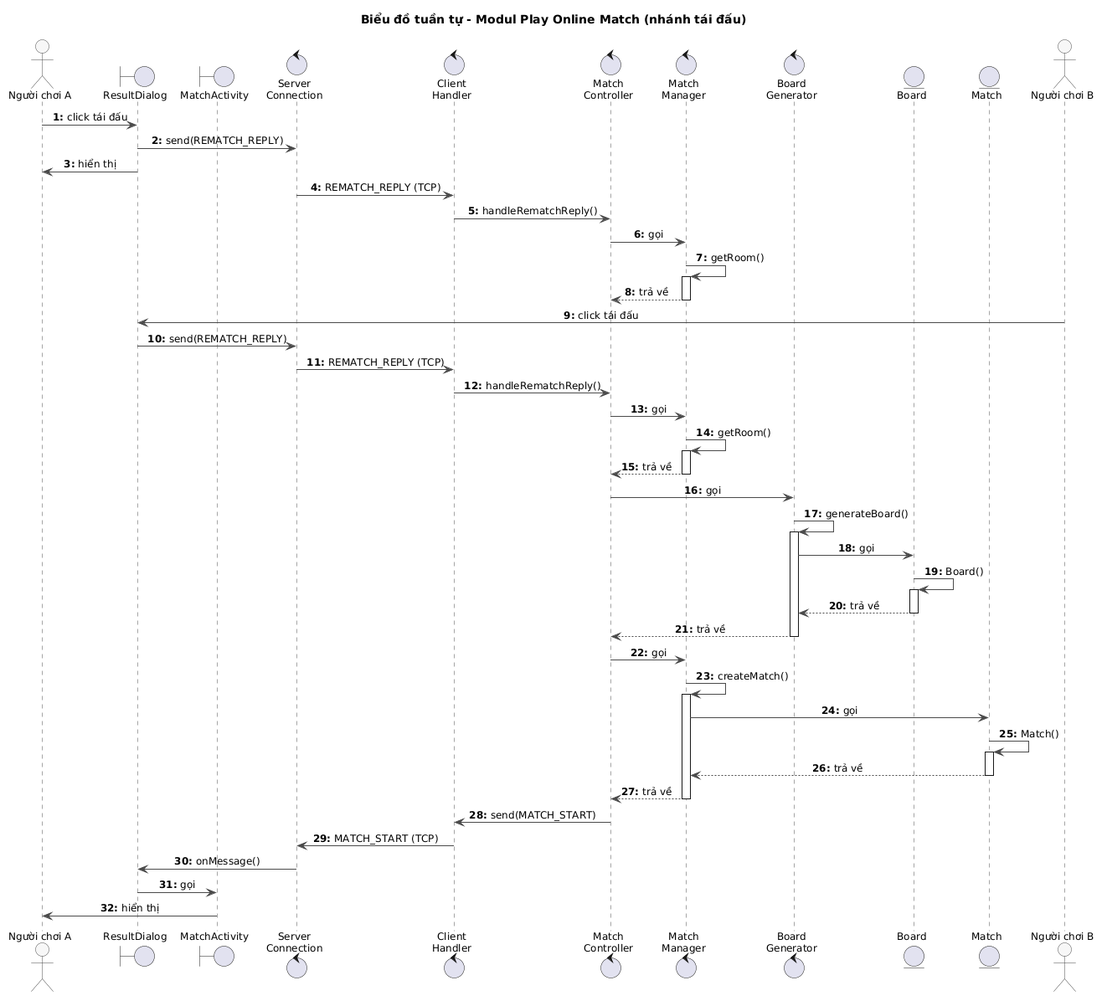
This is docs/uml/pha3/seq-m4-4.png from VattenL/mobile-pikachu, a PlantUML export, as it was before one commit.
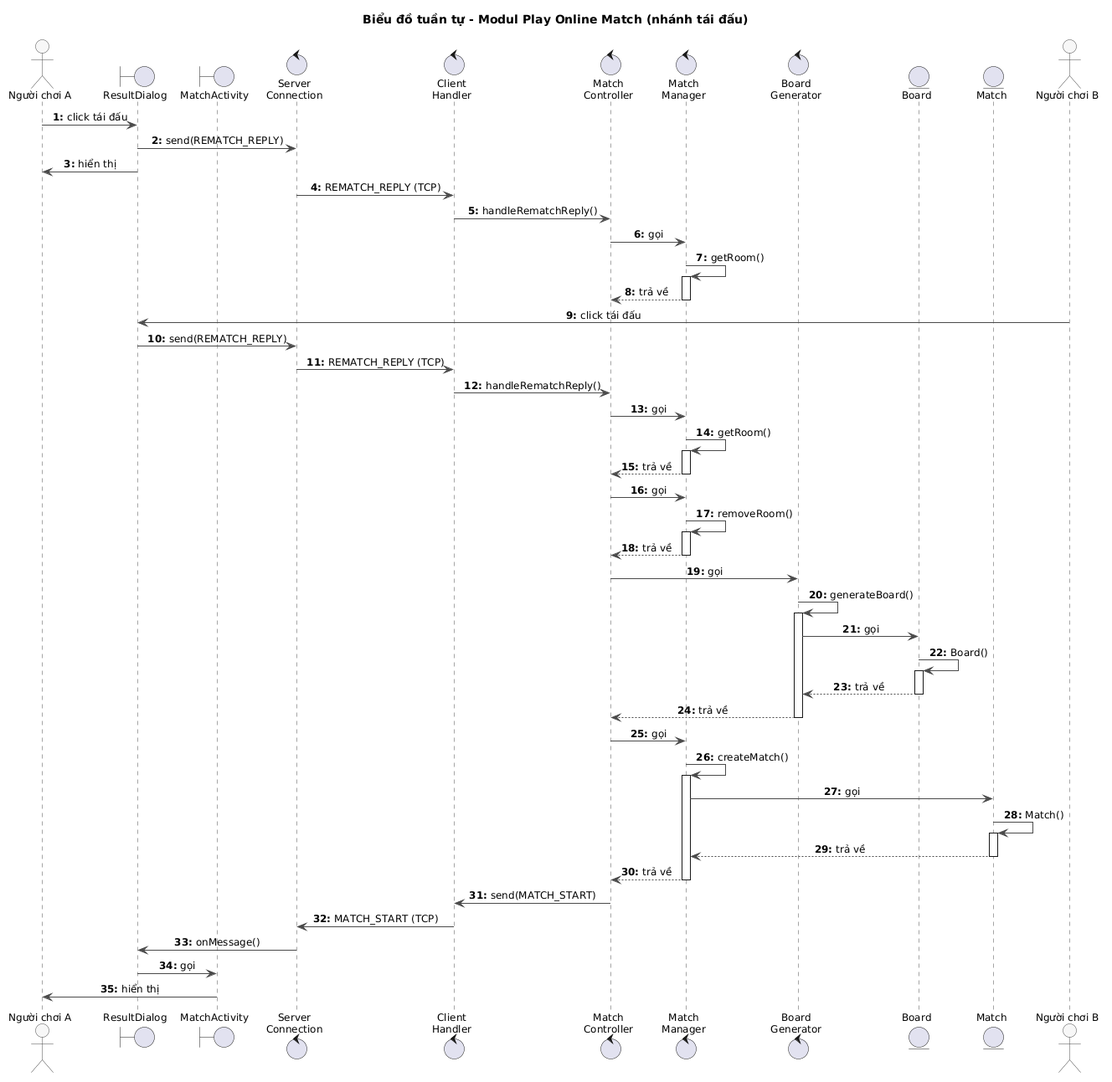
After the change.

Change to the diagram source:
```diff
@@ -46,6 +46,11 @@
 activate MatchManager
 MatchManager --> MatchController : trả về
 deactivate MatchManager
+MatchController -> MatchManager : gọi
+MatchManager -> MatchManager : removeRoom()
+activate MatchManager
+MatchManager --> MatchController : trả về
+deactivate MatchManager
 MatchController -> BoardGenerator : gọi
 BoardGenerator -> BoardGenerator : generateBoard()
 activate BoardGenerator
```
